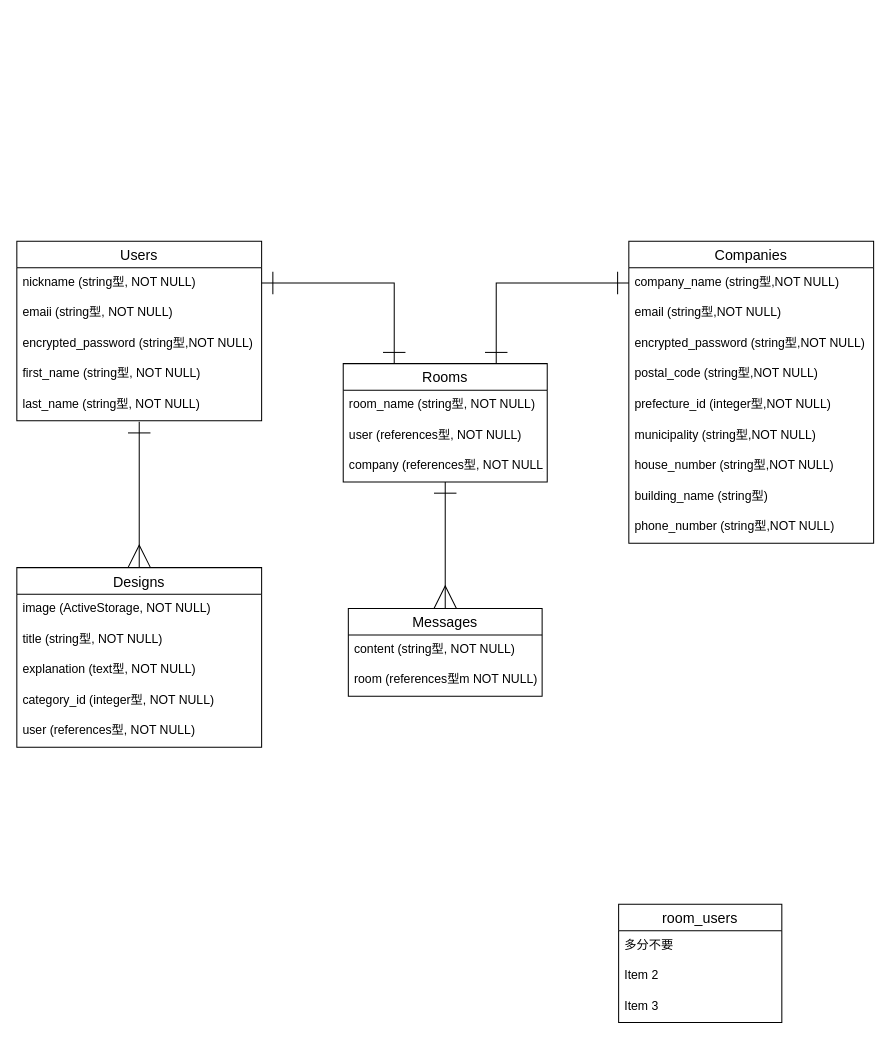
MN0607/design-35359 keeps this draw.io diagram as ER.dio. Above is the earlier version. Source tidied: cells renumbered, new cells numbered last; positions are measured from the earlier drawing's top-left corner, leaving out a move shared by most shapes. Both pictures are drawn from the tidied source at 102%, with x=0, y=0 at pixel (16, 241).
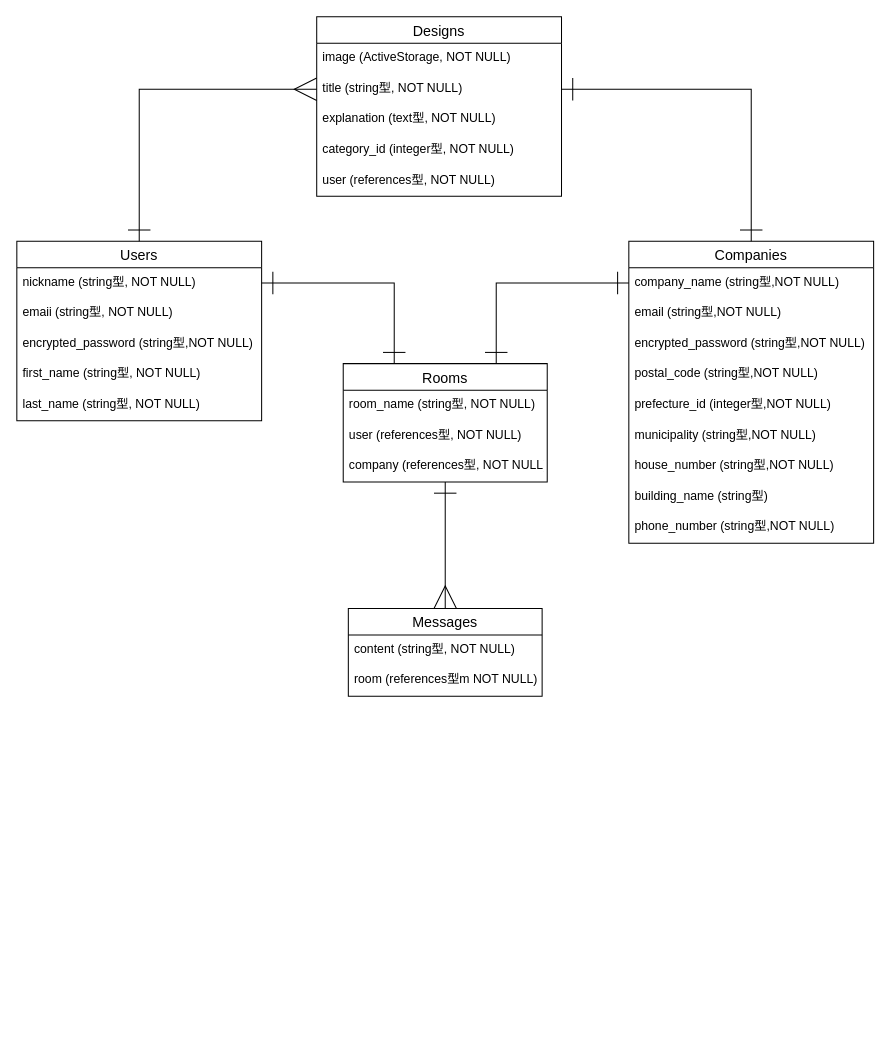
After the change.

The change refers to these unchanged cells:
```xml
<mxCell id="2" value="Users" style="swimlane;fontStyle=0;horizontal=1;startSize=26;align=center;fontSize=14;" parent="1" vertex="1">
  <mxGeometry width="240" height="176" as="geometry" />
</mxCell>
<mxCell id="7" value="last_name (string型, NOT NULL)" style="text;strokeColor=none;fillColor=none;spacingLeft=4;spacingRight=4;overflow=hidden;points=[[0,0.5],[1,0.5]];portConstraint=eastwest;fontSize=12;" parent="2" vertex="1">
  <mxGeometry y="146" width="240" height="30" as="geometry" />
</mxCell>
<mxCell id="11" value="title (string型, NOT NULL)" style="text;strokeColor=none;fillColor=none;spacingLeft=4;spacingRight=4;overflow=hidden;points=[[0,0.5],[1,0.5]];portConstraint=eastwest;fontSize=12;" parent="9" vertex="1">
  <mxGeometry y="56" width="240" height="30" as="geometry" />
</mxCell>
<mxCell id="27" value="Companies" style="swimlane;fontStyle=0;horizontal=1;startSize=26;align=center;fontSize=14;" parent="1" vertex="1">
  <mxGeometry x="600" width="240" height="296" as="geometry" />
</mxCell>
```

The edit, as a diff of the source:
```diff
@@
-    <mxCell id="8" style="edgeStyle=orthogonalEdgeStyle;rounded=0;jettySize=auto;html=1;exitX=0.5;exitY=0;exitDx=0;exitDy=0;entryX=0.5;entryY=1.031;entryDx=0;entryDy=0;entryPerimeter=0;startArrow=ERmany;startFill=0;endArrow=ERone;endFill=0;endSize=20;startSize=20;" parent="1" edge="1" source="9" target="7">
-      <mxGeometry relative="1" as="geometry" />
-    </mxCell>
     <mxCell id="9" value="Designs" style="swimlane;fontStyle=0;horizontal=1;startSize=26;align=center;fontSize=14;" parent="1" vertex="1">
-      <mxGeometry y="320" width="240" height="176" as="geometry" />
+      <mxGeometry x="294" y="-220" width="240" height="176" as="geometry" />
     </mxCell>
@@
-    <mxCell id="19" value="room_users" style="swimlane;fontStyle=0;horizontal=1;startSize=26;align=center;fontSize=14;" parent="1" vertex="1">
-      <mxGeometry x="590" y="650" width="160" height="116" as="geometry" />
-    </mxCell>
-    <mxCell id="20" value="多分不要" style="text;strokeColor=none;fillColor=none;spacingLeft=4;spacingRight=4;overflow=hidden;fontSize=12;" parent="19" vertex="1">
-      <mxGeometry y="26" width="160" height="30" as="geometry" />
-    </mxCell>
-    <mxCell id="21" value="Item 2" style="text;strokeColor=none;fillColor=none;spacingLeft=4;spacingRight=4;overflow=hidden;fontSize=12;" parent="19" vertex="1">
-      <mxGeometry y="56" width="160" height="30" as="geometry" />
-    </mxCell>
-    <mxCell id="22" value="Item 3" style="text;strokeColor=none;fillColor=none;spacingLeft=4;spacingRight=4;overflow=hidden;fontSize=12;" parent="19" vertex="1">
-      <mxGeometry y="86" width="160" height="30" as="geometry" />
-    </mxCell>
@@
+    <mxCell id="39" style="edgeStyle=orthogonalEdgeStyle;rounded=0;jettySize=auto;html=1;exitX=0;exitY=0.5;exitDx=0;exitDy=0;entryX=0.5;entryY=0;entryDx=0;entryDy=0;startArrow=ERmany;startFill=0;endArrow=ERone;endFill=0;endSize=20;startSize=20;" parent="1" edge="1" source="11" target="2">
+      <mxGeometry relative="1" as="geometry" />
+    </mxCell>
+    <mxCell id="40" style="edgeStyle=orthogonalEdgeStyle;rounded=0;jettySize=auto;html=1;exitX=1;exitY=0.5;exitDx=0;exitDy=0;entryX=0.5;entryY=0;entryDx=0;entryDy=0;startArrow=ERone;startFill=0;endArrow=ERone;endFill=0;endSize=20;startSize=20;" parent="1" edge="1" source="11" target="27">
+      <mxGeometry relative="1" as="geometry" />
+    </mxCell>
```
